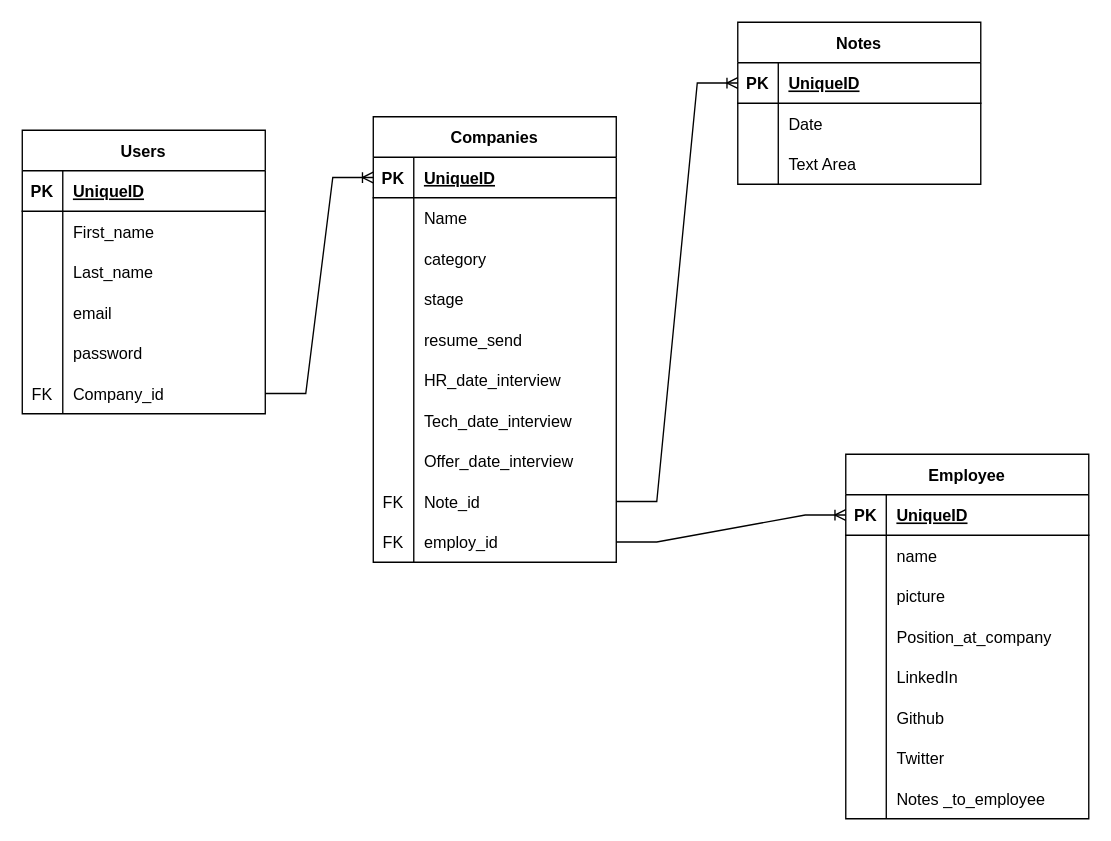
Earlier version of the draw.io diagram project_planning/Diagram.drawio (hopeVaughn/job_map). Source tidied: cells renumbered, new cells numbered last; positions are measured from the earlier drawing's top-left corner, leaving out a move shared by most shapes. Both pictures are drawn from the tidied source at 135%, with x=0, y=0 at pixel (22, 22).
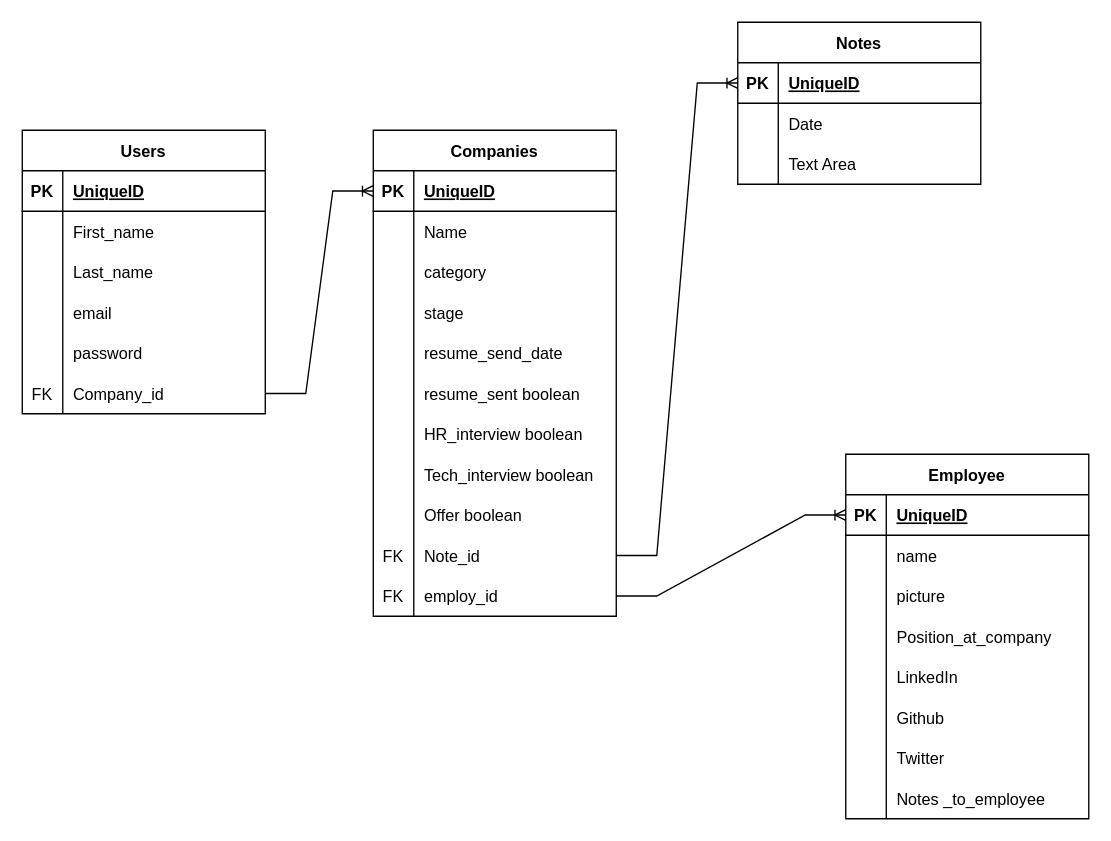
The same page after the edit.

What changed in the source:
```diff
@@
     <mxCell id="21" value="Companies" style="shape=table;startSize=30;childLayout=tableLayout;rowLines=0;fontStyle=1;align=center;" parent="1" vertex="1">
-      <mxGeometry x="260" y="70" width="180" height="330" as="geometry" />
+      <mxGeometry x="260" y="80" width="180" height="360" as="geometry" />
     </mxCell>
@@
+    <mxCell id="90" style="shape=partialRectangle;fillColor=none;top=0;left=0;bottom=0;right=0;" parent="21" vertex="1">
+      <mxGeometry y="150" width="180" height="30" as="geometry" />
+    </mxCell>
+    <mxCell id="91" style="shape=partialRectangle;fillColor=none;top=0;left=0;bottom=0;right=0;overflow=hidden;" parent="90" vertex="1">
+      <mxGeometry width="30" height="30" as="geometry" />
+    </mxCell>
+    <mxCell id="92" value="resume_send_date" style="shape=partialRectangle;fillColor=none;top=0;left=0;bottom=0;right=0;align=left;spacingLeft=6;overflow=hidden;" parent="90" vertex="1">
+      <mxGeometry x="30" width="150" height="30" as="geometry" />
+    </mxCell>
     <mxCell id="34" style="shape=tableRow;horizontal=0;startSize=0;swimlaneHead=0;swimlaneBody=0;fillColor=none;top=0;left=0;right=0;bottom=0;" parent="21" vertex="1">
-      <mxGeometry y="150" width="180" height="30" as="geometry" />
+      <mxGeometry y="180" width="180" height="30" as="geometry" />
     </mxCell>
@@
-    <mxCell id="36" value="resume_send" style="shape=partialRectangle;fillColor=none;top=0;left=0;bottom=0;right=0;align=left;spacingLeft=6;overflow=hidden;" parent="34" vertex="1">
+    <mxCell id="36" value="resume_sent boolean" style="shape=partialRectangle;fillColor=none;top=0;left=0;bottom=0;right=0;align=left;spacingLeft=6;overflow=hidden;" parent="34" vertex="1">
       <mxGeometry x="30" width="150" height="30" as="geometry" />
     </mxCell>
     <mxCell id="37" style="shape=tableRow;horizontal=0;startSize=0;swimlaneHead=0;swimlaneBody=0;fillColor=none;top=0;left=0;right=0;bottom=0;" parent="21" vertex="1">
-      <mxGeometry y="180" width="180" height="30" as="geometry" />
+      <mxGeometry y="210" width="180" height="30" as="geometry" />
     </mxCell>
@@
-    <mxCell id="39" value="HR_date_interview" style="shape=partialRectangle;fillColor=none;top=0;left=0;bottom=0;right=0;align=left;spacingLeft=6;overflow=hidden;" parent="37" vertex="1">
+    <mxCell id="39" value="HR_interview boolean" style="shape=partialRectangle;fillColor=none;top=0;left=0;bottom=0;right=0;align=left;spacingLeft=6;overflow=hidden;" parent="37" vertex="1">
       <mxGeometry x="30" width="150" height="30" as="geometry" />
     </mxCell>
     <mxCell id="40" style="shape=tableRow;horizontal=0;startSize=0;swimlaneHead=0;swimlaneBody=0;fillColor=none;top=0;left=0;right=0;bottom=0;" parent="21" vertex="1">
-      <mxGeometry y="210" width="180" height="30" as="geometry" />
+      <mxGeometry y="240" width="180" height="30" as="geometry" />
     </mxCell>
@@
-    <mxCell id="42" value="Tech_date_interview" style="shape=partialRectangle;fillColor=none;top=0;left=0;bottom=0;right=0;align=left;spacingLeft=6;overflow=hidden;" parent="40" vertex="1">
+    <mxCell id="42" value="Tech_interview boolean" style="shape=partialRectangle;fillColor=none;top=0;left=0;bottom=0;right=0;align=left;spacingLeft=6;overflow=hidden;" parent="40" vertex="1">
       <mxGeometry x="30" width="150" height="30" as="geometry" />
     </mxCell>
     <mxCell id="43" style="shape=tableRow;horizontal=0;startSize=0;swimlaneHead=0;swimlaneBody=0;fillColor=none;top=0;left=0;right=0;bottom=0;" parent="21" vertex="1">
-      <mxGeometry y="240" width="180" height="30" as="geometry" />
+      <mxGeometry y="270" width="180" height="30" as="geometry" />
     </mxCell>
@@
-    <mxCell id="45" value="Offer_date_interview" style="shape=partialRectangle;fillColor=none;top=0;left=0;bottom=0;right=0;align=left;spacingLeft=6;overflow=hidden;" parent="43" vertex="1">
+    <mxCell id="45" value="Offer boolean" style="shape=partialRectangle;fillColor=none;top=0;left=0;bottom=0;right=0;align=left;spacingLeft=6;overflow=hidden;" parent="43" vertex="1">
       <mxGeometry x="30" width="150" height="30" as="geometry" />
     </mxCell>
     <mxCell id="46" style="shape=tableRow;horizontal=0;startSize=0;swimlaneHead=0;swimlaneBody=0;fillColor=none;points=[[0,0.5],[1,0.5]];portConstraint=eastwest;top=0;left=0;right=0;bottom=0;" parent="21" vertex="1">
-      <mxGeometry y="270" width="180" height="30" as="geometry" />
+      <mxGeometry y="300" width="180" height="30" as="geometry" />
     </mxCell>
@@
     <mxCell id="49" style="shape=tableRow;horizontal=0;startSize=0;swimlaneHead=0;swimlaneBody=0;fillColor=none;points=[[0,0.5],[1,0.5]];portConstraint=eastwest;top=0;left=0;right=0;bottom=0;" parent="21" vertex="1">
-      <mxGeometry y="300" width="180" height="30" as="geometry" />
+      <mxGeometry y="330" width="180" height="30" as="geometry" />
     </mxCell>
```
